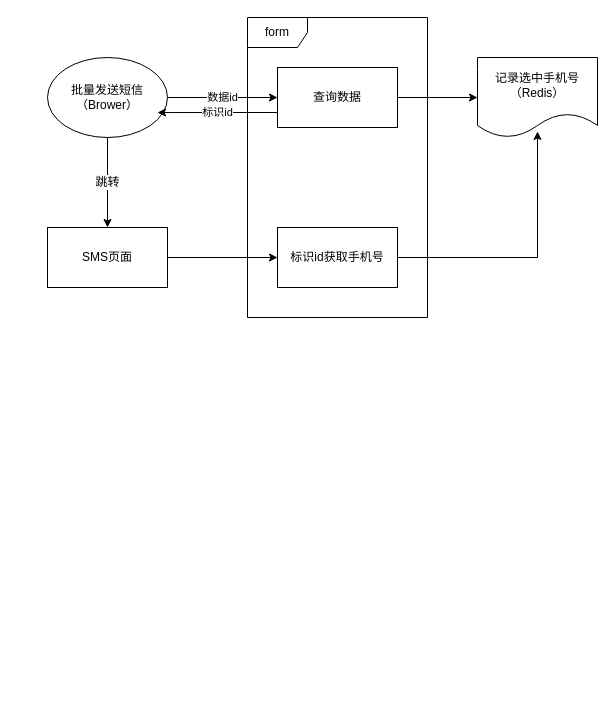
hesimin/drawio keeps this draw.io diagram as eqxiu_batch_sms.drawio. Above is the earlier version. Source tidied: cells renumbered, new cells numbered last; positions are measured from the earlier drawing's top-left corner, leaving out a move shared by most shapes. Both pictures are drawn from the tidied source at 100%, with x=0, y=0 at pixel (47, 17).
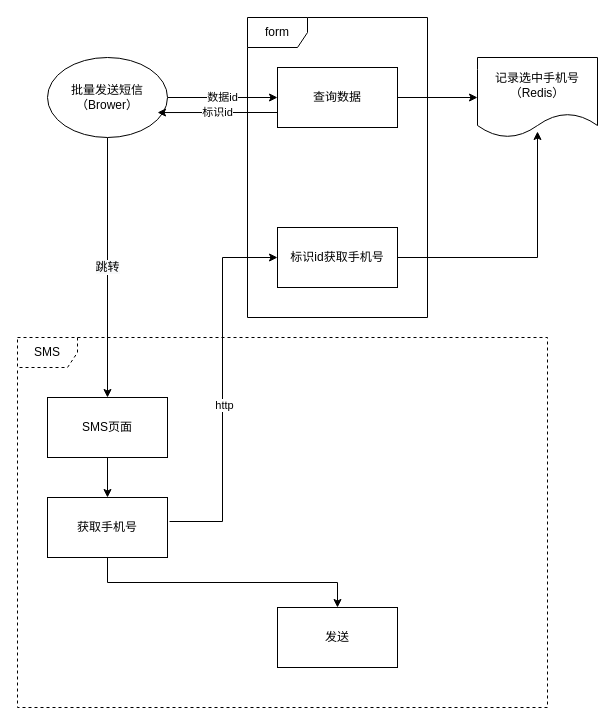
Above is the later version.

The edit, as a diff of the source:
```diff
@@
 <mxGraphModel>
   <root>
     <mxCell id="0" />
     <mxCell id="1" parent="0" />
+    <mxCell id="14" value="SMS" style="shape=umlFrame;whiteSpace=wrap;html=1;dashed=1;" parent="1" vertex="1">
+      <mxGeometry x="-30" y="320" width="530" height="370" as="geometry" />
+    </mxCell>
     <mxCell id="2" value="数据id" style="edgeStyle=orthogonalEdgeStyle;rounded=0;jettySize=auto;html=1;exitX=1;exitY=0.5;exitDx=0;exitDy=0;" parent="1" edge="1" source="4" target="8">
       <mxGeometry relative="1" as="geometry" />
     </mxCell>
     <mxCell id="3" value="&lt;span style=&quot;color: rgb(0, 0, 0); font-family: helvetica; font-size: 12px; font-style: normal; font-weight: 400; letter-spacing: normal; text-align: center; text-indent: 0px; text-transform: none; word-spacing: 0px; background-color: rgb(248, 249, 250); display: inline; float: none;&quot;&gt;跳转&lt;/span&gt;" style="edgeStyle=orthogonalEdgeStyle;rounded=0;jettySize=auto;html=1;exitX=0.5;exitY=1;exitDx=0;exitDy=0;entryX=0.5;entryY=0;entryDx=0;entryDy=0;" parent="1" edge="1" source="4" target="11">
       <mxGeometry relative="1" as="geometry" />
     </mxCell>
     <mxCell id="4" value="批量发送短信&lt;br&gt;（Brower）" style="ellipse;whiteSpace=wrap;html=1;" parent="1" vertex="1">
       <mxGeometry y="40" width="120" height="80" as="geometry" />
     </mxCell>
     <mxCell id="5" value="form" style="shape=umlFrame;whiteSpace=wrap;html=1;" parent="1" vertex="1">
       <mxGeometry x="200" width="180" height="300" as="geometry" />
     </mxCell>
     <mxCell id="6" style="edgeStyle=orthogonalEdgeStyle;rounded=0;jettySize=auto;html=1;entryX=0;entryY=0.5;entryDx=0;entryDy=0;" parent="1" edge="1" source="8" target="9">
       <mxGeometry relative="1" as="geometry" />
     </mxCell>
     <mxCell id="7" value="标识id" style="edgeStyle=orthogonalEdgeStyle;rounded=0;jettySize=auto;html=1;exitX=0;exitY=0.75;exitDx=0;exitDy=0;entryX=0.917;entryY=0.688;entryDx=0;entryDy=0;entryPerimeter=0;" parent="1" edge="1" source="8" target="4">
       <mxGeometry relative="1" as="geometry" />
     </mxCell>
     <mxCell id="8" value="查询数据" style="rounded=0;whiteSpace=wrap;html=1;" parent="1" vertex="1">
       <mxGeometry x="230" y="50" width="120" height="60" as="geometry" />
     </mxCell>
     <mxCell id="9" value="记录选中手机号&lt;br&gt;（Redis）" style="shape=document;whiteSpace=wrap;html=1;boundedLbl=1;" parent="1" vertex="1">
       <mxGeometry x="430" y="40" width="120" height="80" as="geometry" />
     </mxCell>
-    <mxCell id="10" style="edgeStyle=orthogonalEdgeStyle;rounded=0;jettySize=auto;html=1;entryX=0;entryY=0.5;entryDx=0;entryDy=0;" parent="1" edge="1" source="11" target="13">
+    <mxCell id="10" style="edgeStyle=orthogonalEdgeStyle;rounded=0;jettySize=auto;html=1;entryX=0;entryY=0.5;entryDx=0;entryDy=0;exitX=1.017;exitY=0.4;exitDx=0;exitDy=0;exitPerimeter=0;" parent="1" edge="1" source="19" target="13">
       <mxGeometry relative="1" as="geometry" />
     </mxCell>
+    <mxCell id="15" value="http" style="edgeLabel;html=1;align=center;verticalAlign=middle;" parent="10" vertex="1">
+      <mxGeometry x="-0.09" y="-1" relative="1" as="geometry" />
+    </mxCell>
+    <mxCell id="16" style="edgeStyle=orthogonalEdgeStyle;rounded=0;jettySize=auto;html=1;exitX=0.5;exitY=1;exitDx=0;exitDy=0;" parent="1" edge="1" source="11" target="19">
+      <mxGeometry relative="1" as="geometry" />
+    </mxCell>
     <mxCell id="11" value="SMS页面" style="rounded=0;whiteSpace=wrap;html=1;" parent="1" vertex="1">
-      <mxGeometry y="210" width="120" height="60" as="geometry" />
+      <mxGeometry y="380" width="120" height="60" as="geometry" />
     </mxCell>
     <mxCell id="12" style="edgeStyle=orthogonalEdgeStyle;rounded=0;jettySize=auto;html=1;entryX=0.5;entryY=0.925;entryDx=0;entryDy=0;entryPerimeter=0;" parent="1" edge="1" source="13" target="9">
       <mxGeometry relative="1" as="geometry" />
     </mxCell>
     <mxCell id="13" value="标识id获取手机号" style="rounded=0;whiteSpace=wrap;html=1;" parent="1" vertex="1">
       <mxGeometry x="230" y="210" width="120" height="60" as="geometry" />
     </mxCell>
+    <mxCell id="17" value="发送" style="rounded=0;whiteSpace=wrap;html=1;" parent="1" vertex="1">
+      <mxGeometry x="230" y="590" width="120" height="60" as="geometry" />
+    </mxCell>
+    <mxCell id="18" style="edgeStyle=orthogonalEdgeStyle;rounded=0;jettySize=auto;html=1;exitX=0.5;exitY=1;exitDx=0;exitDy=0;" parent="1" edge="1" source="19" target="17">
+      <mxGeometry relative="1" as="geometry" />
+    </mxCell>
+    <mxCell id="19" value="获取手机号" style="rounded=0;whiteSpace=wrap;html=1;" parent="1" vertex="1">
+      <mxGeometry y="480" width="120" height="60" as="geometry" />
+    </mxCell>
   </root>
 </mxGraphModel>
```
